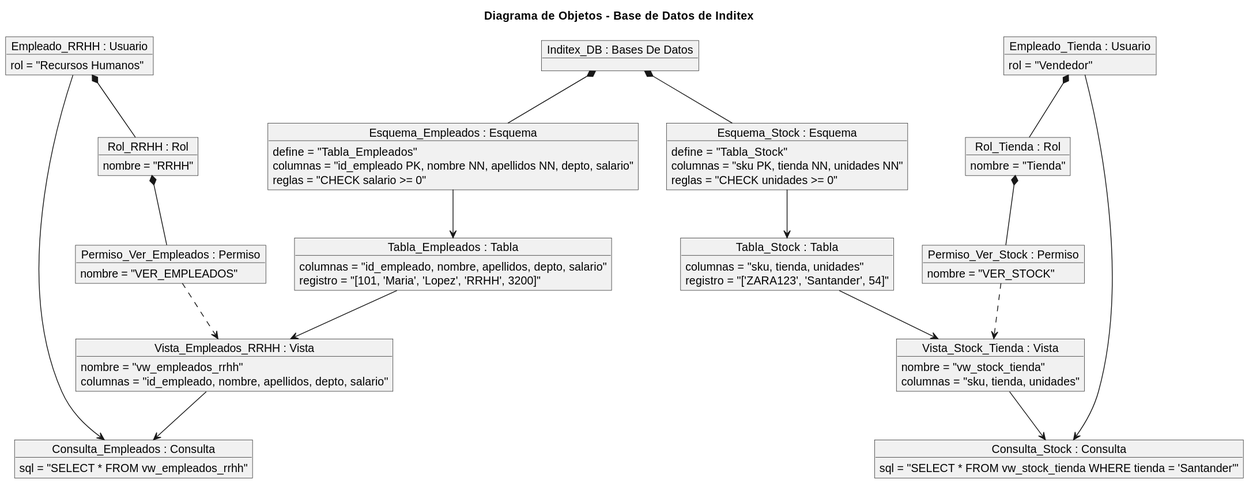
Earlier version of the PlantUML export entregas/orozcoBeatriz/images/diagramaObjetosInditex.svg (beatriizorozco/25-26-IDSW1).
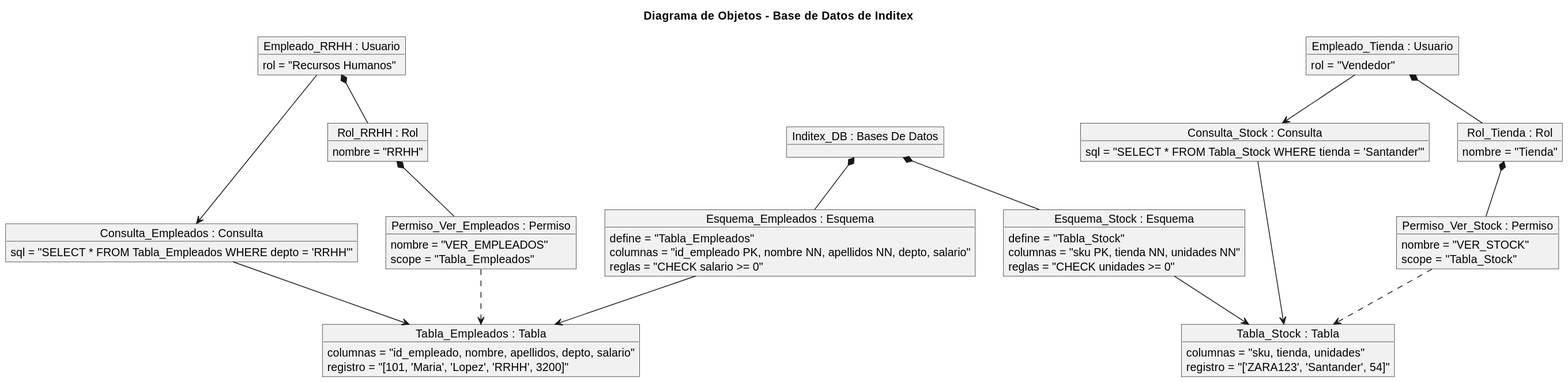
Above is the later version.

Commit message:
Añado Diagrama de Objetos con Caso de Uso Hospital

Diff of the diagram source:
```diff
@@ -30,20 +30,11 @@
     registro = "['ZARA123', 'Santander', 54]"
 }
 
-object "Vista_Empleados_RRHH : Vista" as VistaEmp {
-    nombre = "vw_empleados_rrhh"
-    columnas = "id_empleado, nombre, apellidos, depto, salario"
-}
-object "Vista_Stock_Tienda : Vista" as VistaStock {
-    nombre = "vw_stock_tienda"
-    columnas = "sku, tienda, unidades"
-}
-
 object "Consulta_Empleados : Consulta" as QryEmp {
-    sql = "SELECT * FROM vw_empleados_rrhh"
+    sql = "SELECT * FROM Tabla_Empleados WHERE depto = 'RRHH'"
 }
 object "Consulta_Stock : Consulta" as QryStock {
-    sql = "SELECT * FROM vw_stock_tienda WHERE tienda = 'Santander'"
+    sql = "SELECT * FROM Tabla_Stock WHERE tienda = 'Santander'"
 }
 
 object "Rol_RRHH : Rol" as RolRH {
@@ -54,31 +45,28 @@
 }
 object "Permiso_Ver_Empleados : Permiso" as PermEmp {
     nombre = "VER_EMPLEADOS"
+    scope = "Tabla_Empleados"
 }
 object "Permiso_Ver_Stock : Permiso" as PermStock {
     nombre = "VER_STOCK"
+    scope = "Tabla_Stock"
 }
-
-TablaEmp --> VistaEmp
-TablaStock --> VistaStock
-
-VistaEmp --> QryEmp
-VistaStock --> QryStock
-
-UserRH *-- RolRH
-UserTienda *-- RolTienda
-
-RolRH *-- PermEmp
-RolTienda *-- PermStock
-
-PermEmp ..> VistaEmp
-PermStock ..> VistaStock
-
-UserRH --> QryEmp
-UserTienda --> QryStock
 
 BD *-- EsqEmp
 BD *-- EsqStock
 EsqEmp --> TablaEmp
 EsqStock --> TablaStock
+
+QryEmp --> TablaEmp
+QryStock --> TablaStock
+
+UserRH *-- RolRH
+RolRH *-- PermEmp
+PermEmp ..> TablaEmp
+UserRH --> QryEmp
+
+UserTienda *-- RolTienda
+RolTienda *-- PermStock
+PermStock ..> TablaStock
+UserTienda --> QryStock
 @enduml
```
